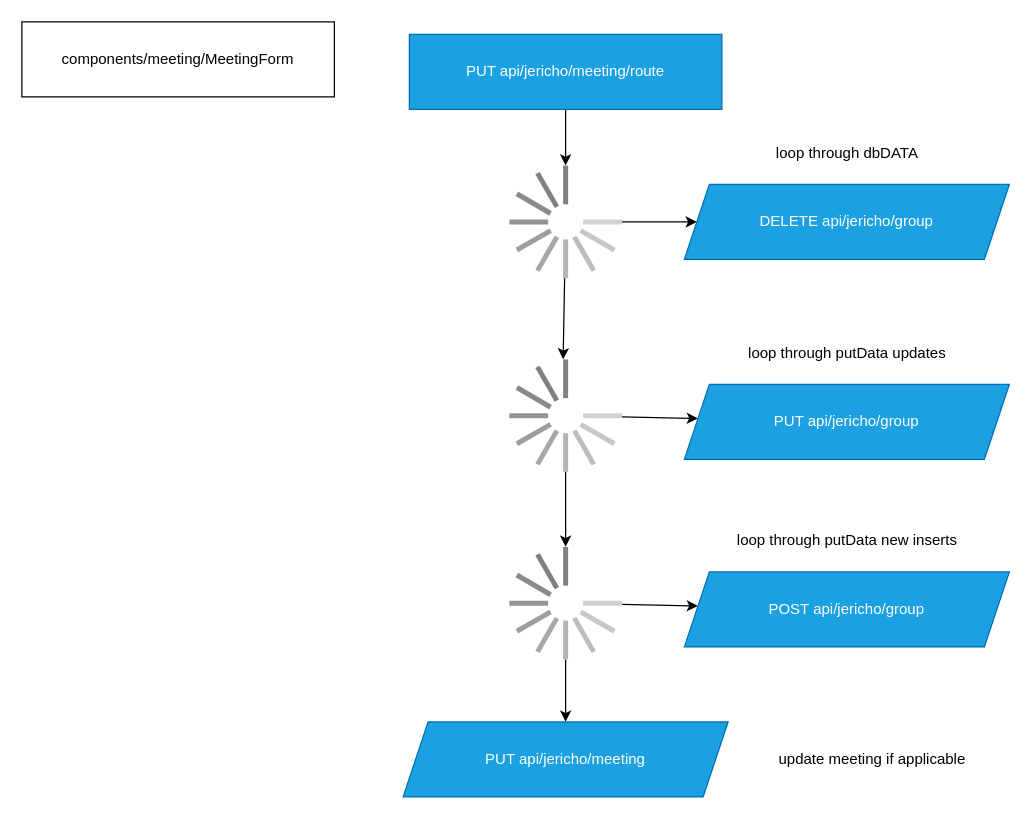
Before: page "Page-2" (2 of 2) of docs/meeterNext-MeetingGroups.drawio in danocolombo/meeterNextjs, a draw.io diagram. Source tidied: cells renumbered, new cells numbered last; positions are measured from the earlier drawing's top-left corner, leaving out a move shared by most shapes. Both pictures are drawn from the tidied source at 125%, with x=0, y=0 at pixel (21, 21).
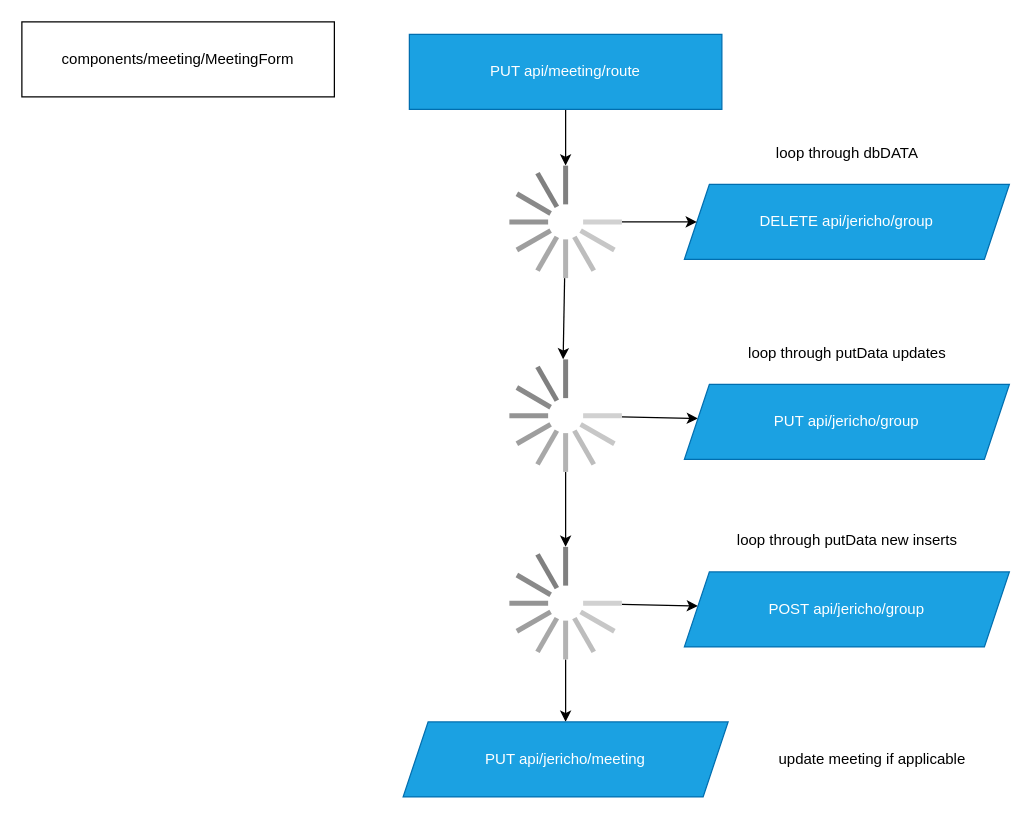
The same diagram, later.

What changed in the source:
```diff
@@
-    <mxCell id="4" value="PUT api/jericho/meeting/route" style="whiteSpace=wrap;html=1;fillColor=#1ba1e2;fontColor=#ffffff;strokeColor=#006EAF;" parent="1" vertex="1">
+    <mxCell id="4" value="PUT api/meeting/route" style="whiteSpace=wrap;html=1;fillColor=#1ba1e2;fontColor=#ffffff;strokeColor=#006EAF;" parent="1" vertex="1">
       <mxGeometry x="310" y="10" width="250" height="60" as="geometry" />
     </mxCell>
```
